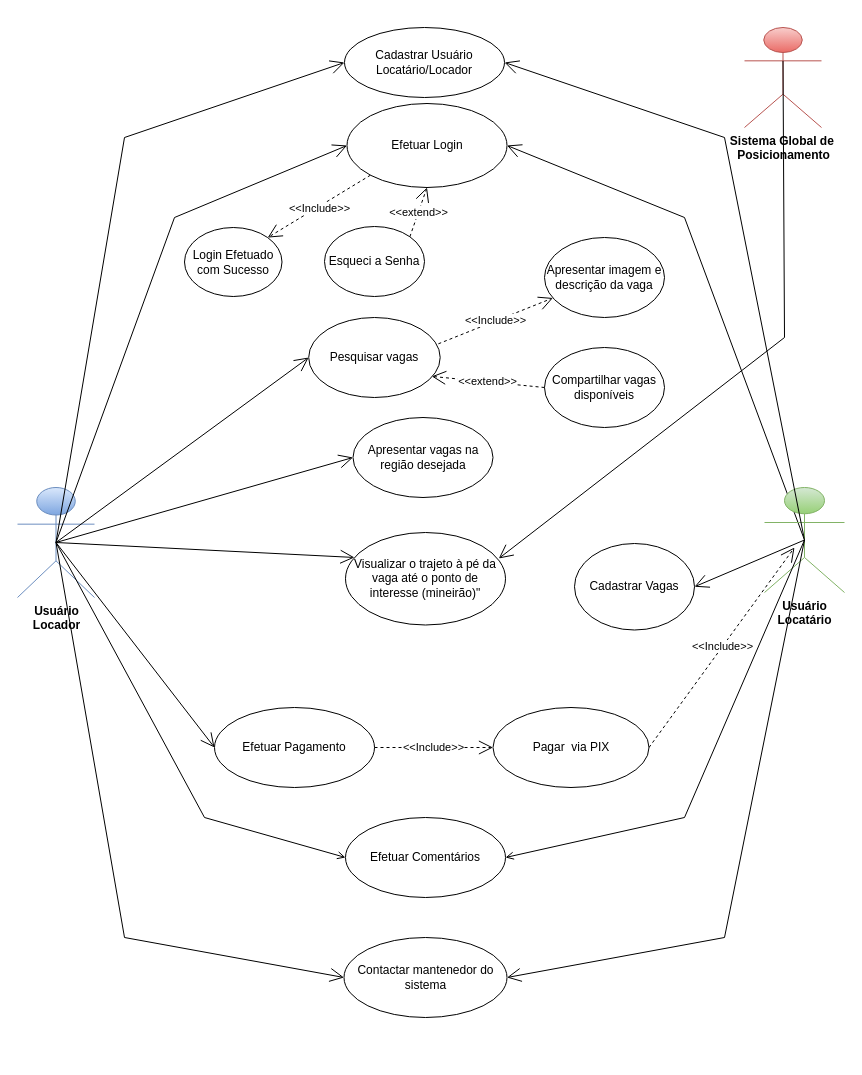
Before: docs/Diagrama/Diagrama Park4You.drawio in ICEI-PUC-Minas-PMV-ADS/pmv-ads-2023-2-e2-proj-int-t3-park4you, a draw.io diagram. Source tidied: cells renumbered, new cells numbered last; positions are measured from the earlier drawing's top-left corner, leaving out a move shared by most shapes. Both pictures are drawn from the tidied source at 100%, with x=0, y=0 at pixel (17, 17).
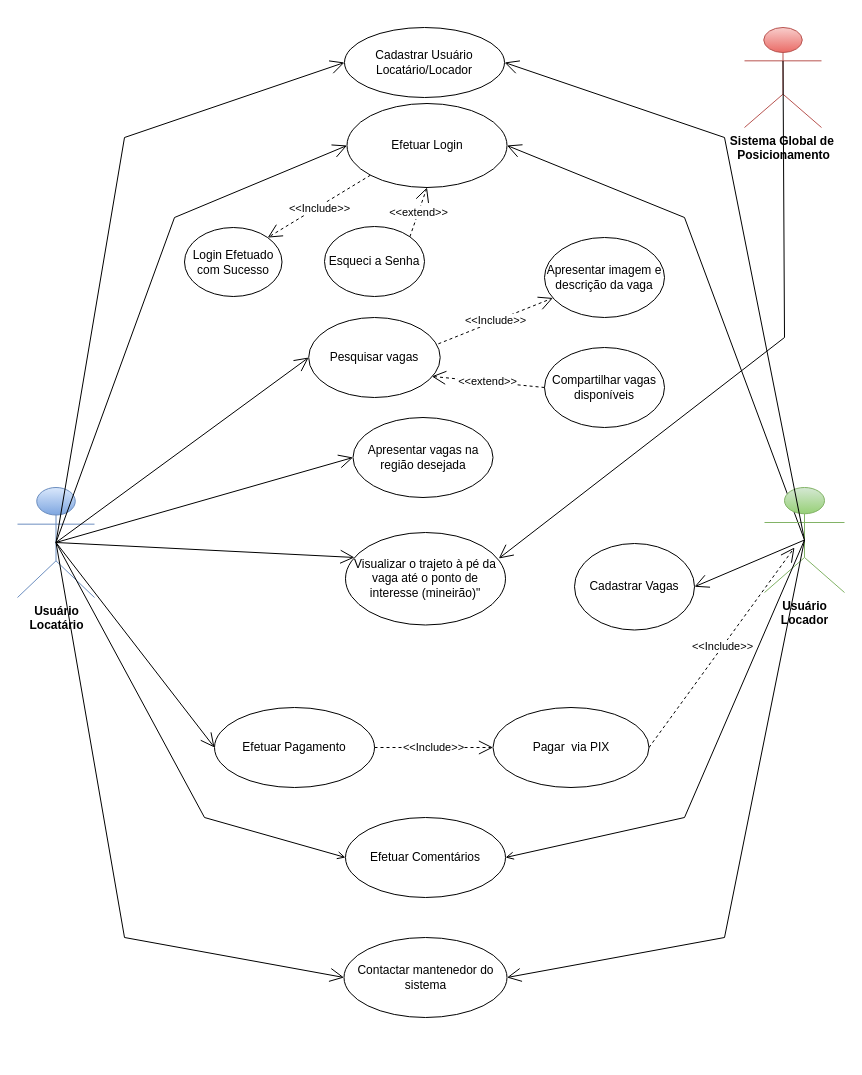
The same page after the edit.

Commit message:
Atualizacao Locatario-Locador

The edit, as a diff of the source:
```diff
@@
-    <mxCell id="22" value="Usuário &lt;br&gt;Locador" style="shape=umlActor;verticalLabelPosition=bottom;verticalAlign=top;html=1;outlineConnect=0;fillColor=#dae8fc;strokeColor=#6c8ebf;fontStyle=1;gradientColor=#7ea6e0;" parent="1" vertex="1">
+    <mxCell id="22" value="Usuário &lt;br&gt;Locatário" style="shape=umlActor;verticalLabelPosition=bottom;verticalAlign=top;html=1;outlineConnect=0;fillColor=#dae8fc;strokeColor=#6c8ebf;fontStyle=1;gradientColor=#7ea6e0;" parent="1" vertex="1">
       <mxGeometry y="470" width="77" height="110" as="geometry" />
     </mxCell>
@@
-    <mxCell id="34" value="Usuário&lt;br&gt;Locatário" style="shape=umlActor;verticalLabelPosition=bottom;verticalAlign=top;html=1;outlineConnect=0;fillColor=#d5e8d4;strokeColor=#82b366;fontStyle=1;gradientColor=#97d077;" parent="1" vertex="1">
+    <mxCell id="34" value="Usuário&lt;br&gt;Locador" style="shape=umlActor;verticalLabelPosition=bottom;verticalAlign=top;html=1;outlineConnect=0;fillColor=#d5e8d4;strokeColor=#82b366;fontStyle=1;gradientColor=#97d077;" parent="1" vertex="1">
       <mxGeometry x="747" y="470" width="80" height="105" as="geometry" />
     </mxCell>
```
